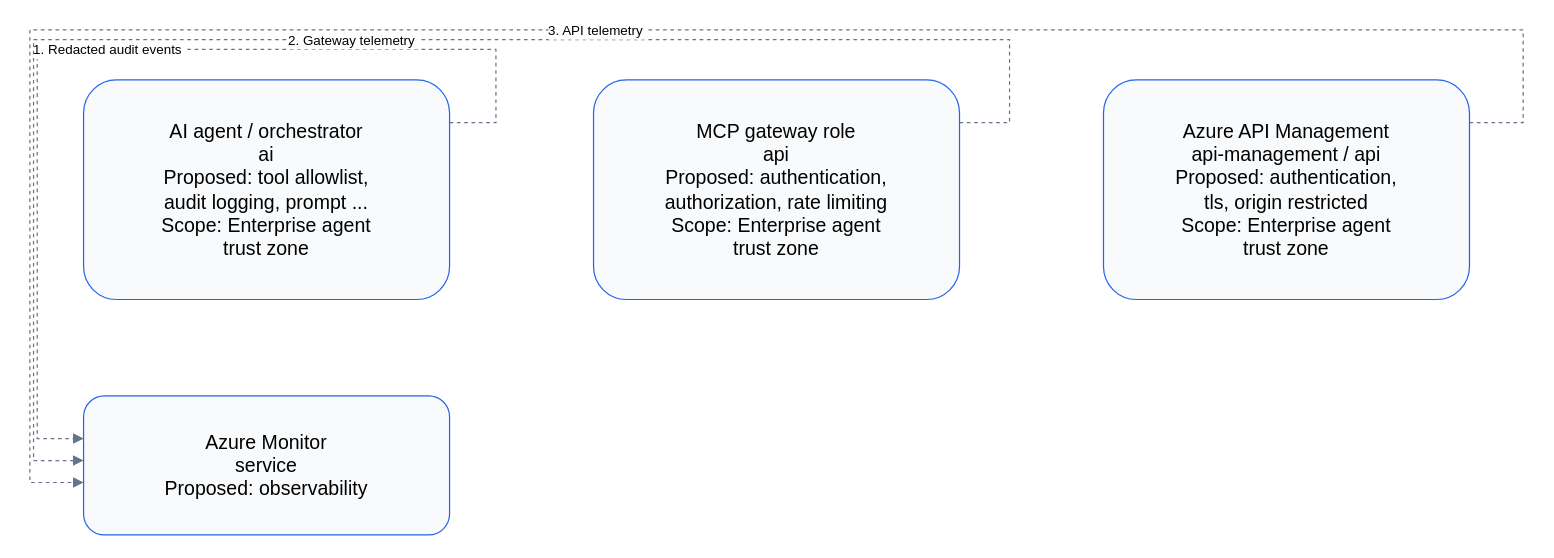
The draw.io diagram page "4 · Monitoring and audit" (4 of 5) of docs/downloads/mcp-compact.drawio in avinash7509/archi-made-easy, before the edit. Source tidied: cells renumbered, new cells numbered last; positions are measured from the earlier drawing's top-left corner, leaving out a move shared by most shapes. Both pictures are drawn from the tidied source at 122%, with x=0, y=0 at pixel (29, 29).
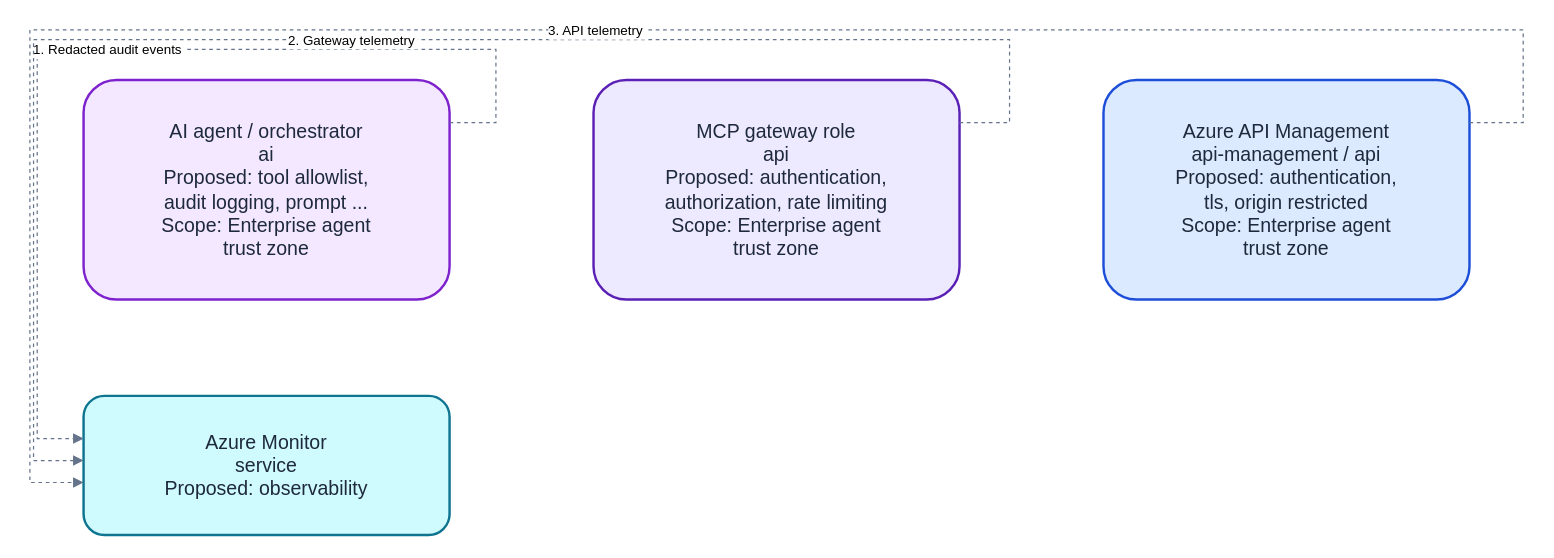
After the change.

What changed in the source:
```diff
@@
 <mxGraphModel>
   <root>
     <mxCell id="0" />
     <mxCell id="1" parent="0" />
-    <mxCell id="2" value="AI agent / orchestrator&#10;ai&#10;Proposed: tool allowlist,&#10;audit logging, prompt ...&#10;Scope: Enterprise agent&#10;trust zone" style="rounded=1;whiteSpace=wrap;html=0;fontSize=16;fillColor=#f8fafc;strokeColor=#2563eb;" parent="1" vertex="1">
+    <mxCell id="2" value="AI agent / orchestrator&#10;ai&#10;Proposed: tool allowlist,&#10;audit logging, prompt ...&#10;Scope: Enterprise agent&#10;trust zone" style="rounded=1;whiteSpace=wrap;html=0;fontSize=16;fontColor=#1e293b;fillColor=#f3e8ff;strokeColor=#7e22ce;strokeWidth=2;" parent="1" vertex="1">
       <mxGeometry x="44" y="41" width="300" height="180" as="geometry" />
     </mxCell>
-    <mxCell id="3" value="MCP gateway role&#10;api&#10;Proposed: authentication,&#10;authorization, rate limiting&#10;Scope: Enterprise agent&#10;trust zone" style="rounded=1;whiteSpace=wrap;html=0;fontSize=16;fillColor=#f8fafc;strokeColor=#2563eb;" parent="1" vertex="1">
+    <mxCell id="3" value="MCP gateway role&#10;api&#10;Proposed: authentication,&#10;authorization, rate limiting&#10;Scope: Enterprise agent&#10;trust zone" style="rounded=1;whiteSpace=wrap;html=0;fontSize=16;fontColor=#1e293b;fillColor=#ede9fe;strokeColor=#5b21b6;strokeWidth=2;" parent="1" vertex="1">
       <mxGeometry x="462" y="41" width="300" height="180" as="geometry" />
     </mxCell>
-    <mxCell id="4" value="Azure API Management&#10;api-management / api&#10;Proposed: authentication,&#10;tls, origin restricted&#10;Scope: Enterprise agent&#10;trust zone" style="rounded=1;whiteSpace=wrap;html=0;fontSize=16;fillColor=#f8fafc;strokeColor=#2563eb;" parent="1" vertex="1">
+    <mxCell id="4" value="Azure API Management&#10;api-management / api&#10;Proposed: authentication,&#10;tls, origin restricted&#10;Scope: Enterprise agent&#10;trust zone" style="rounded=1;whiteSpace=wrap;html=0;fontSize=16;fontColor=#1e293b;fillColor=#dbeafe;strokeColor=#1d4ed8;strokeWidth=2;" parent="1" vertex="1">
       <mxGeometry x="880" y="41" width="300" height="180" as="geometry" />
     </mxCell>
-    <mxCell id="5" value="Azure Monitor&#10;service&#10;Proposed: observability" style="rounded=1;whiteSpace=wrap;html=0;fontSize=16;fillColor=#f8fafc;strokeColor=#2563eb;" parent="1" vertex="1">
+    <mxCell id="5" value="Azure Monitor&#10;service&#10;Proposed: observability" style="rounded=1;whiteSpace=wrap;html=0;fontSize=16;fontColor=#1e293b;fillColor=#cffafe;strokeColor=#0e7490;strokeWidth=2;" parent="1" vertex="1">
       <mxGeometry x="44" y="300" width="300" height="114" as="geometry" />
     </mxCell>
     <mxCell id="6" value="1. Redacted audit events" style="edgeStyle=orthogonalEdgeStyle;rounded=0;html=0;endArrow=block;exitX=1;entryX=0;exitY=0.19444444444444445;entryY=0.30701754385964913;strokeColor=#64748b;dashed=1;" parent="1" edge="1" source="2" target="5">
       <mxGeometry relative="1" as="geometry">
         <Array as="points">
           <mxPoint x="382" y="76" />
           <mxPoint x="382" y="16" />
           <mxPoint x="6" y="16" />
           <mxPoint x="6" y="335" />
         </Array>
       </mxGeometry>
     </mxCell>
     <mxCell id="7" value="2. Gateway telemetry" style="edgeStyle=orthogonalEdgeStyle;rounded=0;html=0;endArrow=block;exitX=1;entryX=0;exitY=0.19444444444444445;entryY=0.4649122807017544;strokeColor=#64748b;dashed=1;" parent="1" edge="1" source="3" target="5">
       <mxGeometry relative="1" as="geometry">
         <Array as="points">
           <mxPoint x="803" y="76" />
           <mxPoint x="803" y="8" />
           <mxPoint x="3" y="8" />
           <mxPoint x="3" y="353" />
         </Array>
       </mxGeometry>
     </mxCell>
     <mxCell id="8" value="3. API telemetry" style="edgeStyle=orthogonalEdgeStyle;rounded=0;html=0;endArrow=block;exitX=1;entryX=0;exitY=0.19444444444444445;entryY=0.6228070175438597;strokeColor=#64748b;dashed=1;" parent="1" edge="1" source="4" target="5">
       <mxGeometry relative="1" as="geometry">
         <Array as="points">
           <mxPoint x="1224" y="76" />
           <mxPoint x="1224" />
           <mxPoint />
           <mxPoint y="371" />
         </Array>
       </mxGeometry>
     </mxCell>
   </root>
 </mxGraphModel>
```
